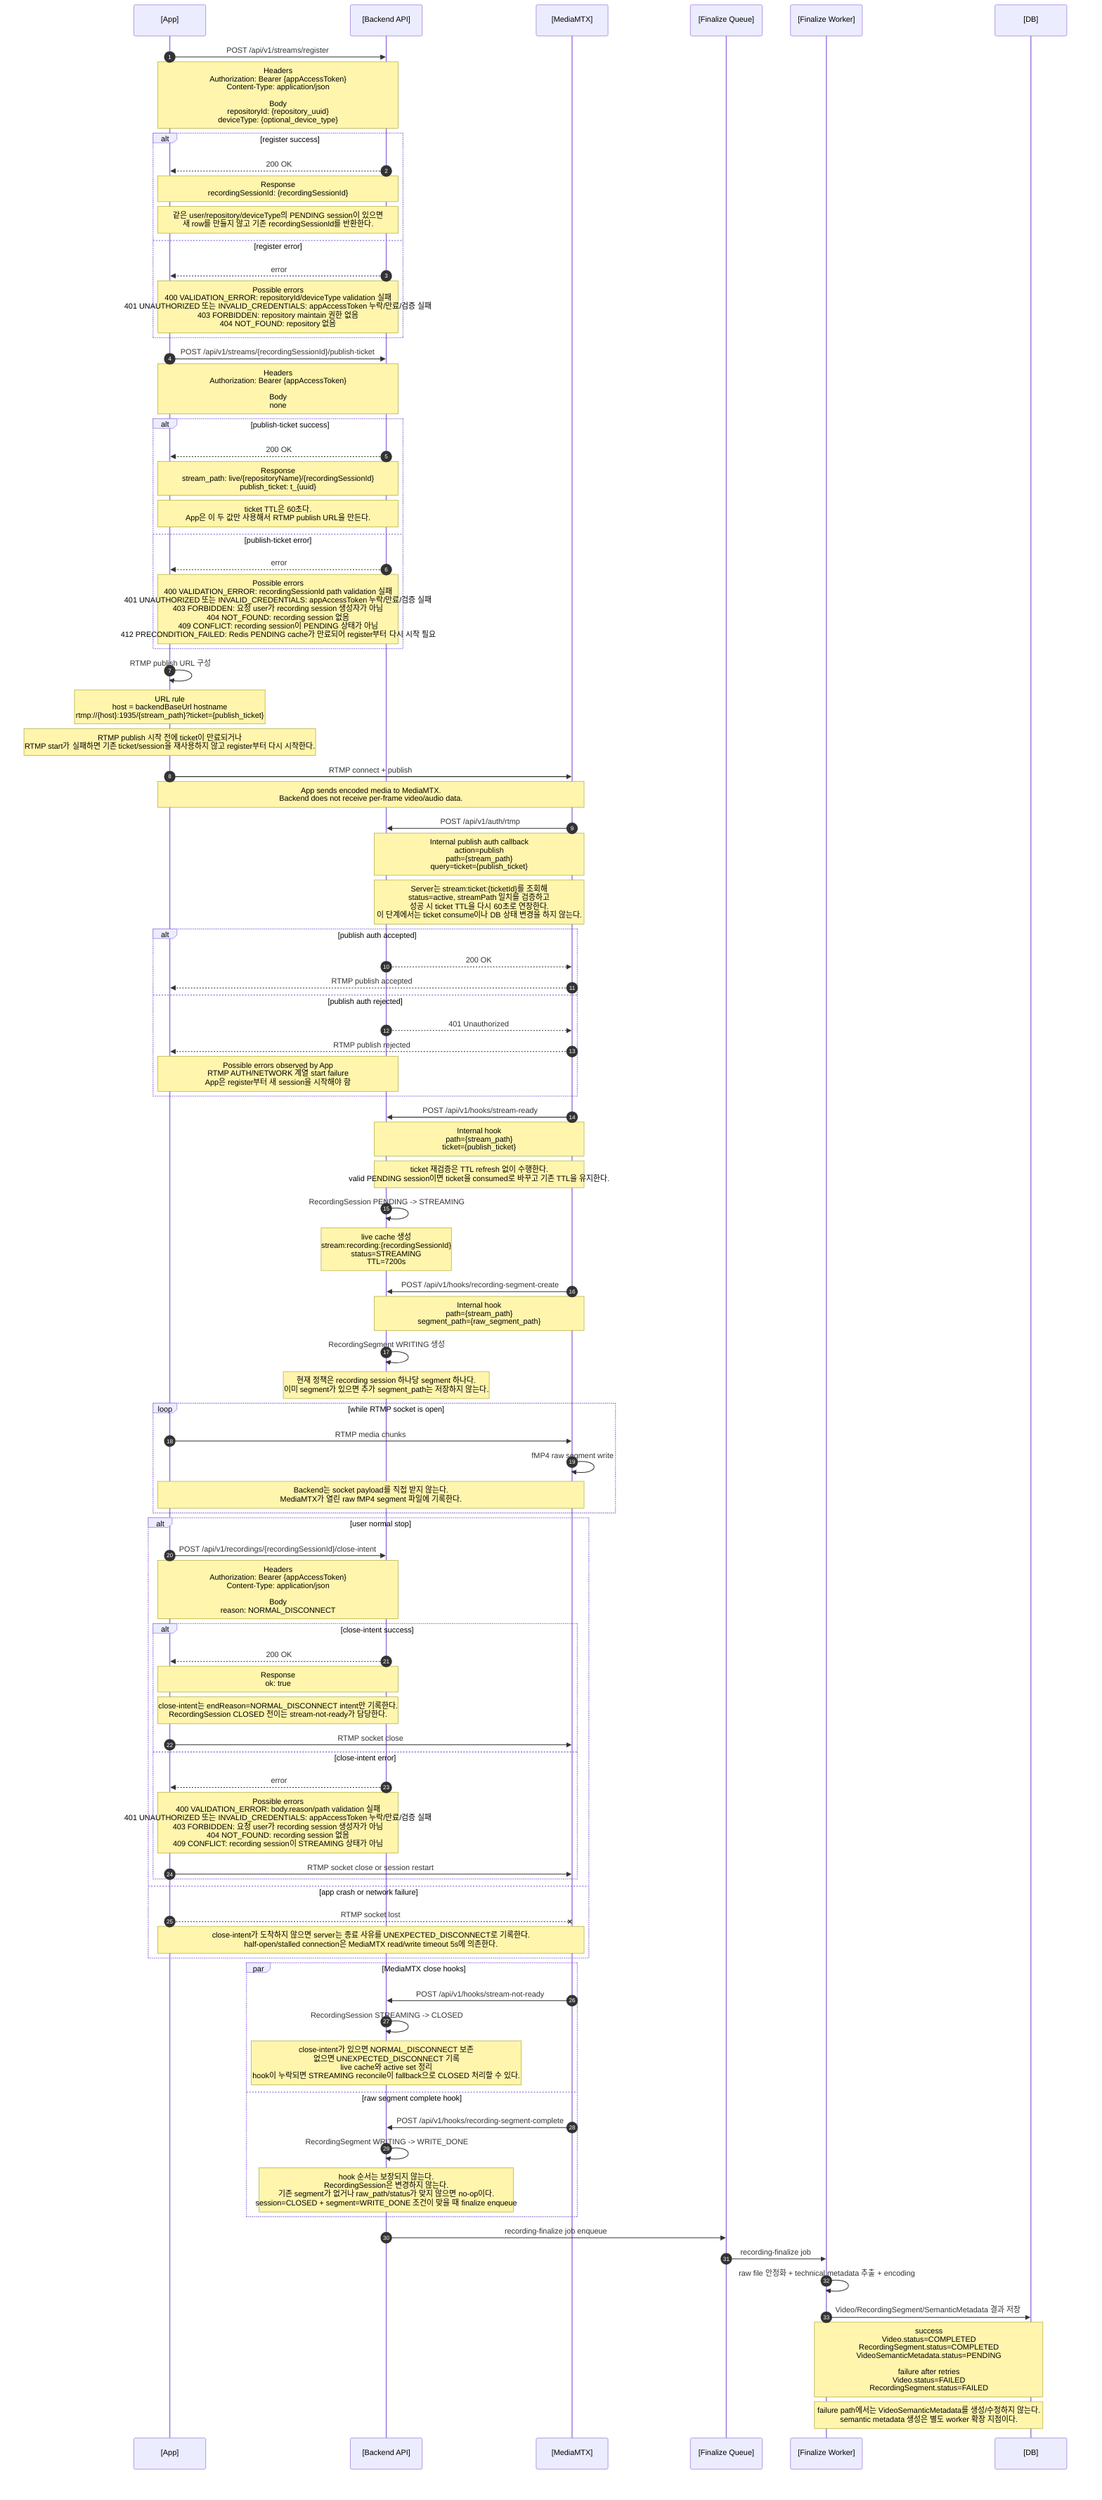
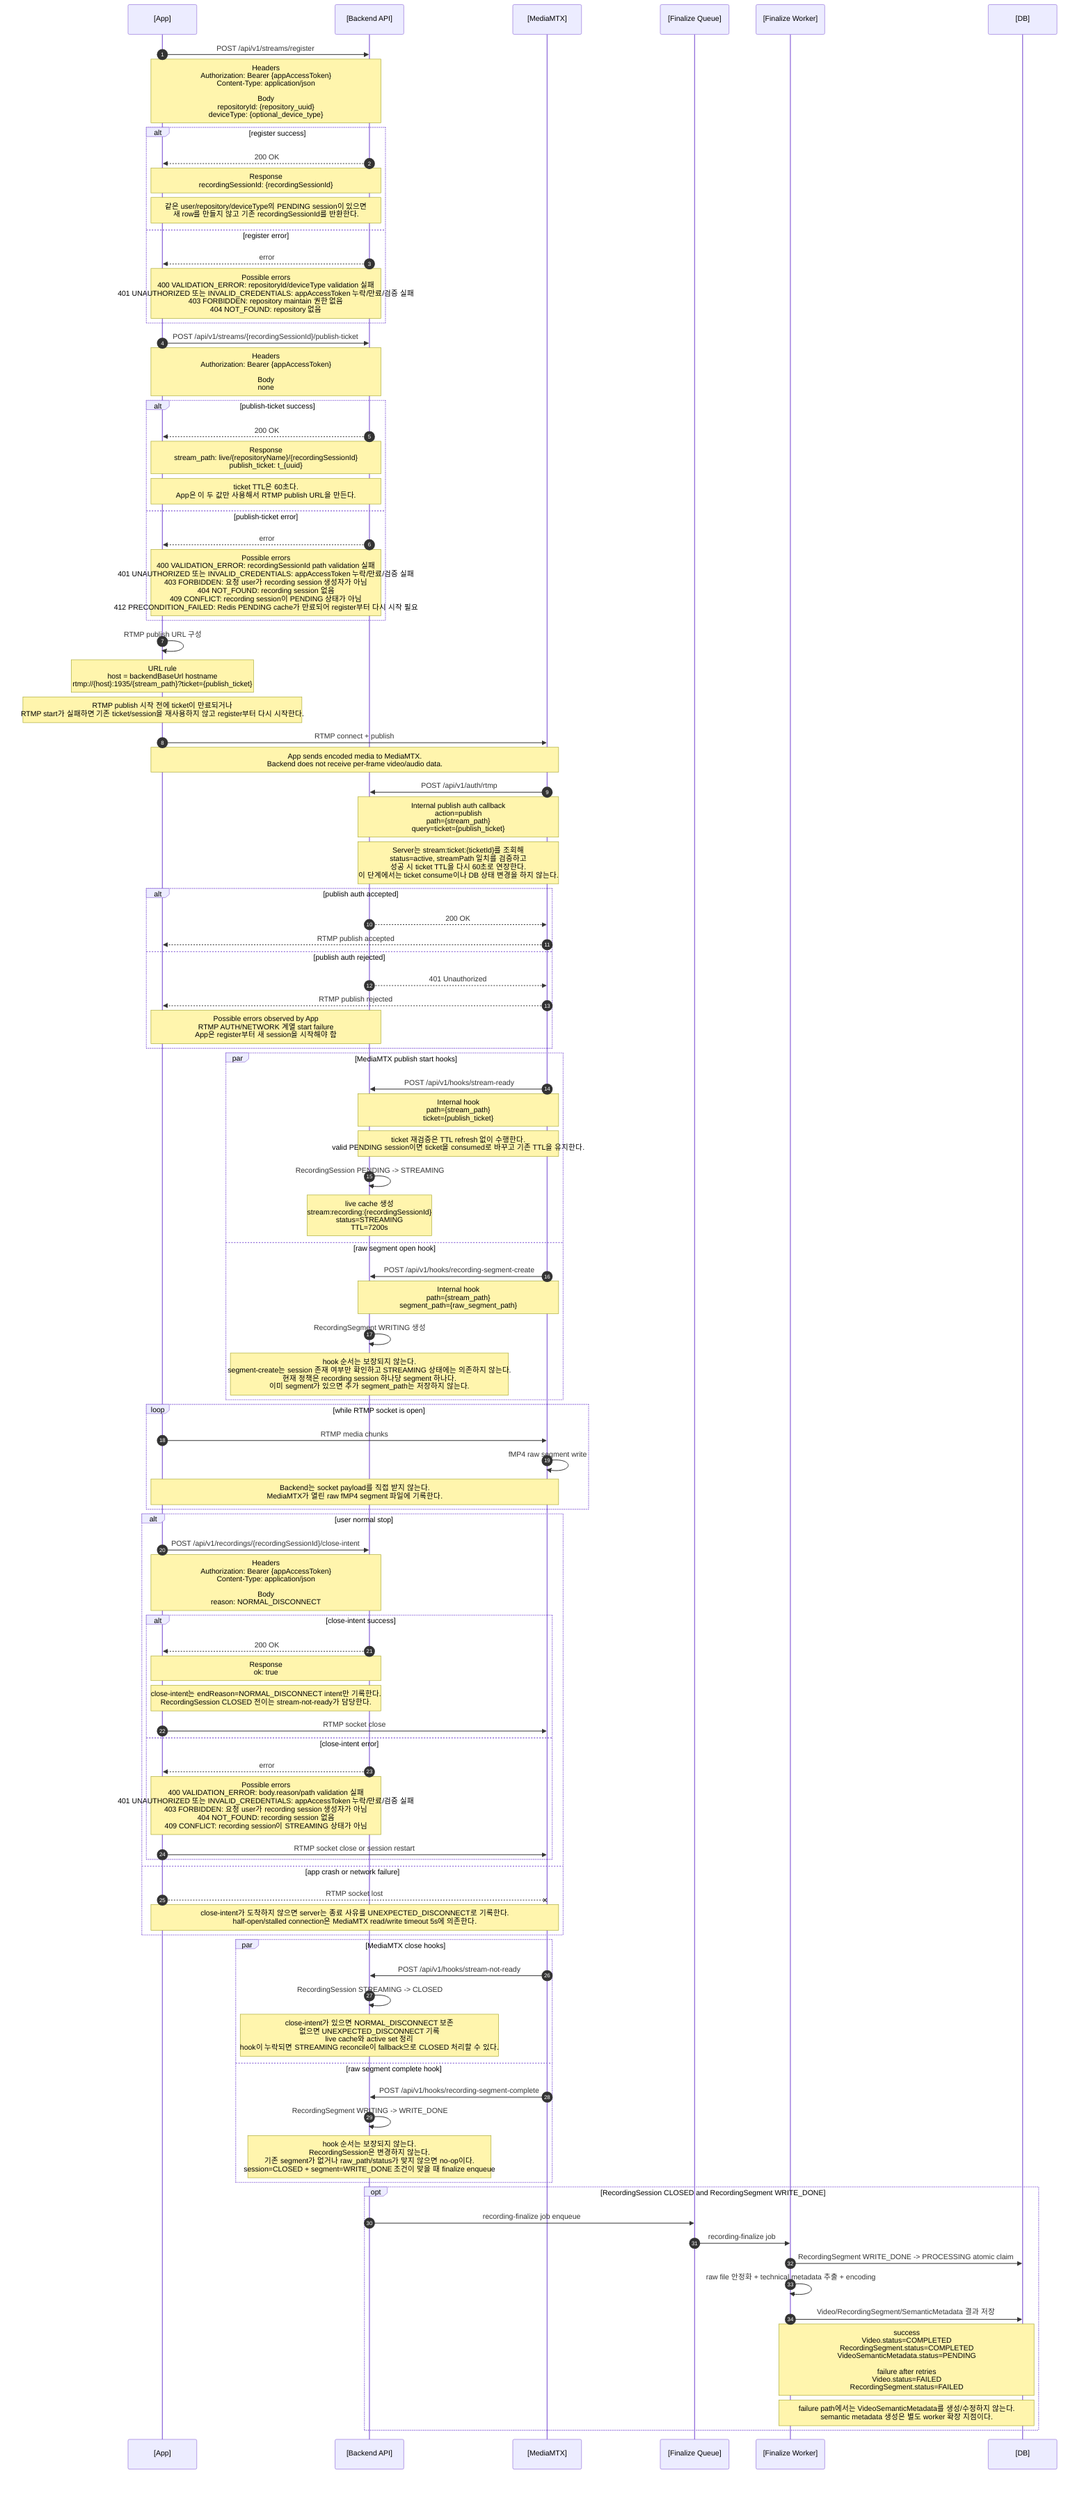
sequenceDiagram
  autonumber
  participant App as [App]
  participant Server as [Backend API]
  participant MTX as [MediaMTX]
  participant Queue as [Finalize Queue]
  participant Worker as [Finalize Worker]
  participant DB as [DB]

  App->>Server: POST /api/v1/streams/register
  Note over App,Server: Headers<br/>Authorization: Bearer {appAccessToken}<br/>Content-Type: application/json<br/><br/>Body<br/>repositoryId: {repository_uuid}<br/>deviceType: {optional_device_type}

  alt register success
    Server-->>App: 200 OK
    Note over App,Server: Response<br/>recordingSessionId: {recordingSessionId}
    Note over App,Server: 같은 user/repository/deviceType의 PENDING session이 있으면<br/>새 row를 만들지 않고 기존 recordingSessionId를 반환한다.
  else register error
    Server-->>App: error
    Note over App,Server: Possible errors<br/>400 VALIDATION_ERROR: repositoryId/deviceType validation 실패<br/>401 UNAUTHORIZED 또는 INVALID_CREDENTIALS: appAccessToken 누락/만료/검증 실패<br/>403 FORBIDDEN: repository maintain 권한 없음<br/>404 NOT_FOUND: repository 없음
  end

  App->>Server: POST /api/v1/streams/{recordingSessionId}/publish-ticket
  Note over App,Server: Headers<br/>Authorization: Bearer {appAccessToken}<br/><br/>Body<br/>none

  alt publish-ticket success
    Server-->>App: 200 OK
    Note over App,Server: Response<br/>stream_path: live/{repositoryName}/{recordingSessionId}<br/>publish_ticket: t_{uuid}
    Note over App,Server: ticket TTL은 60초다.<br/>App은 이 두 값만 사용해서 RTMP publish URL을 만든다.
  else publish-ticket error
    Server-->>App: error
    Note over App,Server: Possible errors<br/>400 VALIDATION_ERROR: recordingSessionId path validation 실패<br/>401 UNAUTHORIZED 또는 INVALID_CREDENTIALS: appAccessToken 누락/만료/검증 실패<br/>403 FORBIDDEN: 요청 user가 recording session 생성자가 아님<br/>404 NOT_FOUND: recording session 없음<br/>409 CONFLICT: recording session이 PENDING 상태가 아님<br/>412 PRECONDITION_FAILED: Redis PENDING cache가 만료되어 register부터 다시 시작 필요
  end

  App->>App: RTMP publish URL 구성
  Note over App: URL rule<br/>host = backendBaseUrl hostname<br/>rtmp://{host}:1935/{stream_path}?ticket={publish_ticket}
  Note over App: RTMP publish 시작 전에 ticket이 만료되거나<br/>RTMP start가 실패하면 기존 ticket/session을 재사용하지 않고 register부터 다시 시작한다.

  App->>MTX: RTMP connect + publish
  Note over App,MTX: App sends encoded media to MediaMTX.<br/>Backend does not receive per-frame video/audio data.

  MTX->>Server: POST /api/v1/auth/rtmp
  Note over MTX,Server: Internal publish auth callback<br/>action=publish<br/>path={stream_path}<br/>query=ticket={publish_ticket}
  Note over MTX,Server: Server는 stream:ticket:{ticketId}를 조회해<br/>status=active, streamPath 일치를 검증하고<br/>성공 시 ticket TTL을 다시 60초로 연장한다.<br/>이 단계에서는 ticket consume이나 DB 상태 변경을 하지 않는다.

  alt publish auth accepted
    Server-->>MTX: 200 OK
    MTX-->>App: RTMP publish accepted
  else publish auth rejected
    Server-->>MTX: 401 Unauthorized
    MTX-->>App: RTMP publish rejected
    Note over App,Server: Possible errors observed by App<br/>RTMP AUTH/NETWORK 계열 start failure<br/>App은 register부터 새 session을 시작해야 함
  end

-   MTX->>Server: POST /api/v1/hooks/stream-ready
-   Note over MTX,Server: Internal hook<br/>path={stream_path}<br/>ticket={publish_ticket}
-   Note over MTX,Server: ticket 재검증은 TTL refresh 없이 수행한다.<br/>valid PENDING session이면 ticket을 consumed로 바꾸고 기존 TTL을 유지한다.
-   Server->>Server: RecordingSession PENDING -> STREAMING
-   Note over Server: live cache 생성<br/>stream:recording:{recordingSessionId}<br/>status=STREAMING<br/>TTL=7200s
- 
-   MTX->>Server: POST /api/v1/hooks/recording-segment-create
-   Note over MTX,Server: Internal hook<br/>path={stream_path}<br/>segment_path={raw_segment_path}
-   Server->>Server: RecordingSegment WRITING 생성
-   Note over Server: 현재 정책은 recording session 하나당 segment 하나다.<br/>이미 segment가 있으면 추가 segment_path는 저장하지 않는다.
+   par MediaMTX publish start hooks
+     MTX->>Server: POST /api/v1/hooks/stream-ready
+     Note over MTX,Server: Internal hook<br/>path={stream_path}<br/>ticket={publish_ticket}
+     Note over MTX,Server: ticket 재검증은 TTL refresh 없이 수행한다.<br/>valid PENDING session이면 ticket을 consumed로 바꾸고 기존 TTL을 유지한다.
+     Server->>Server: RecordingSession PENDING -> STREAMING
+     Note over Server: live cache 생성<br/>stream:recording:{recordingSessionId}<br/>status=STREAMING<br/>TTL=7200s
+   and raw segment open hook
+     MTX->>Server: POST /api/v1/hooks/recording-segment-create
+     Note over MTX,Server: Internal hook<br/>path={stream_path}<br/>segment_path={raw_segment_path}
+     Server->>Server: RecordingSegment WRITING 생성
+     Note over Server: hook 순서는 보장되지 않는다.<br/>segment-create는 session 존재 여부만 확인하고 STREAMING 상태에는 의존하지 않는다.<br/>현재 정책은 recording session 하나당 segment 하나다.<br/>이미 segment가 있으면 추가 segment_path는 저장하지 않는다.
+   end

  loop while RTMP socket is open
    App->>MTX: RTMP media chunks
    MTX->>MTX: fMP4 raw segment write
    Note over App,MTX: Backend는 socket payload를 직접 받지 않는다.<br/>MediaMTX가 열린 raw fMP4 segment 파일에 기록한다.
  end

  alt user normal stop
    App->>Server: POST /api/v1/recordings/{recordingSessionId}/close-intent
    Note over App,Server: Headers<br/>Authorization: Bearer {appAccessToken}<br/>Content-Type: application/json<br/><br/>Body<br/>reason: NORMAL_DISCONNECT

    alt close-intent success
      Server-->>App: 200 OK
      Note over App,Server: Response<br/>ok: true
      Note over App,Server: close-intent는 endReason=NORMAL_DISCONNECT intent만 기록한다.<br/>RecordingSession CLOSED 전이는 stream-not-ready가 담당한다.
      App->>MTX: RTMP socket close
    else close-intent error
      Server-->>App: error
      Note over App,Server: Possible errors<br/>400 VALIDATION_ERROR: body.reason/path validation 실패<br/>401 UNAUTHORIZED 또는 INVALID_CREDENTIALS: appAccessToken 누락/만료/검증 실패<br/>403 FORBIDDEN: 요청 user가 recording session 생성자가 아님<br/>404 NOT_FOUND: recording session 없음<br/>409 CONFLICT: recording session이 STREAMING 상태가 아님
      App->>MTX: RTMP socket close or session restart
    end
  else app crash or network failure
    App--xMTX: RTMP socket lost
    Note over App,MTX: close-intent가 도착하지 않으면 server는 종료 사유를 UNEXPECTED_DISCONNECT로 기록한다.<br/>half-open/stalled connection은 MediaMTX read/write timeout 5s에 의존한다.
  end

  par MediaMTX close hooks
    MTX->>Server: POST /api/v1/hooks/stream-not-ready
    Server->>Server: RecordingSession STREAMING -> CLOSED
    Note over Server: close-intent가 있으면 NORMAL_DISCONNECT 보존<br/>없으면 UNEXPECTED_DISCONNECT 기록<br/>live cache와 active set 정리<br/>hook이 누락되면 STREAMING reconcile이 fallback으로 CLOSED 처리할 수 있다.
  and raw segment complete hook
    MTX->>Server: POST /api/v1/hooks/recording-segment-complete
    Server->>Server: RecordingSegment WRITING -> WRITE_DONE
    Note over Server: hook 순서는 보장되지 않는다.<br/>RecordingSession은 변경하지 않는다.<br/>기존 segment가 없거나 raw_path/status가 맞지 않으면 no-op이다.<br/>session=CLOSED + segment=WRITE_DONE 조건이 맞을 때 finalize enqueue
  end

-   Server->>Queue: recording-finalize job enqueue
-   Queue->>Worker: recording-finalize job
-   Worker->>Worker: raw file 안정화 + technical metadata 추출 + encoding
-   Worker->>DB: Video/RecordingSegment/SemanticMetadata 결과 저장
-   Note over Worker,DB: success<br/>Video.status=COMPLETED<br/>RecordingSegment.status=COMPLETED<br/>VideoSemanticMetadata.status=PENDING<br/><br/>failure after retries<br/>Video.status=FAILED<br/>RecordingSegment.status=FAILED
-   Note over Worker,DB: failure path에서는 VideoSemanticMetadata를 생성/수정하지 않는다.<br/>semantic metadata 생성은 별도 worker 확장 지점이다.
+   opt RecordingSession CLOSED and RecordingSegment WRITE_DONE
+     Server->>Queue: recording-finalize job enqueue
+     Queue->>Worker: recording-finalize job
+     Worker->>DB: RecordingSegment WRITE_DONE -> PROCESSING atomic claim
+     Worker->>Worker: raw file 안정화 + technical metadata 추출 + encoding
+     Worker->>DB: Video/RecordingSegment/SemanticMetadata 결과 저장
+     Note over Worker,DB: success<br/>Video.status=COMPLETED<br/>RecordingSegment.status=COMPLETED<br/>VideoSemanticMetadata.status=PENDING<br/><br/>failure after retries<br/>Video.status=FAILED<br/>RecordingSegment.status=FAILED
+     Note over Worker,DB: failure path에서는 VideoSemanticMetadata를 생성/수정하지 않는다.<br/>semantic metadata 생성은 별도 worker 확장 지점이다.
+   end

%% 참고:
%% 이 문서는 App과 server-side streaming system 사이의 계약을 한 장으로 요약한다.
%% MediaMTX와 Finalize Worker는 server-side component이며, App이 직접 호출하는 HTTP API는 아니다.
%% 공통 error body shape:
%% { "error": { "code": "{ERROR_CODE}", "message": "{human_readable_message}", "details": {optional_details} } }
%% HTTP status code는 AppError.statusCode 또는 validation/auth middleware에서 결정된다.
%% App 계약:
%% App이 직접 호출하는 streaming HTTP API는 register, publish-ticket, close-intent다.
%% MediaMTX auth callback, MediaMTX hooks, finalize worker는 server-side 내부 흐름이며 App이 직접 호출하지 않는다.
%% App은 publish-ticket 응답의 stream_path와 publish_ticket만 사용해 RTMP publish URL을 만든다.
%% publish_ticket TTL은 60초이며, RTMP publish auth 성공 시 TTL이 60초로 refresh된다.
%% stream-ready hook은 ticket을 consumed로 바꾸지만 TTL은 연장하지 않는다.
%% RTMP URL은 backendBaseUrl hostname, port 1935, returned stream_path, returned publish_ticket으로 구성한다.
%% RTMP auth/start 실패 또는 publish_ticket 만료가 의심되면 App은 기존 값들을 버리고 register부터 다시 시작한다.
%% App은 열린 RTMP publisher socket으로 encoded video/audio payload를 MediaMTX에 전송한다.
%% Backend는 per-frame video/audio data를 받지 않고 MediaMTX hook 이벤트와 worker job만 처리한다.
+ %% stream-ready hook과 recording-segment-create hook의 호출 순서는 보장되지 않는다.
%% App은 legacy POST /api/v1/recordings/{recordingSessionId}/stop API를 호출하지 않는다.
%% App의 stop 버튼은 RTMP publisher connection을 바로 닫기 전에
%% POST /api/v1/recordings/{recordingSessionId}/close-intent 를 호출해야 한다.
%% close-intent body는 { "reason": "NORMAL_DISCONNECT" } 만 보낸다.
%% close-intent 200 OK 이후 RTMP publisher connection을 정상 close한다.
%% close-intent는 RecordingSession.status를 바꾸지 않는 STREAMING self-loop이다.
%% close-intent가 실패했는데 App이 socket을 닫으면 해당 종료는 UNEXPECTED_DISCONNECT로 기록될 수 있다.
%% close-intent가 먼저 도착한 경우 stream-not-ready는 NORMAL_DISCONNECT를 보존한다.
%% close-intent 호출 실패 또는 app crash/network failure로 close-intent가 누락되면
%% Backend는 stream-not-ready/reconcile 시 UNEXPECTED_DISCONNECT로 기록한다.
%% half-open/stalled RTMP connection은 MediaMTX readTimeout/writeTimeout 5s 이후 종료로 감지될 수 있다.
%% MediaMTX stream-not-ready hook payload만으로 정상 close와 crash/reset/timeout을 정확히 구분하지 않는다.
%% App은 streaming 재시작 시 기존 recordingSessionId나 publish_ticket을 직접 재사용하지 않고 register부터 다시 호출한다.
%% register 이후 RTMP publish 전에 이탈했다면 같은 PENDING session이 재사용될 수 있다.
%% PENDING session이 재사용되더라도 이전 publish_ticket은 버리고 새 publish-ticket을 발급받아 사용한다.
%% RTMP publish 이후 STREAMING이 된 session은 재사용하지 않으며, 새 register는 새 PENDING session을 만든다.
%% App은 단일 streaming session의 최장 길이를 30분으로 제한한다. 이 제한은 backend가 강제하지 않는 app contract다.
%% 현재 구조에서는 App이 단일 recording session을 짧게 유지하는 전제이므로 정상 흐름의 segment rollover는 App 계약에서 다루지 않는다.
%% Backend도 recording session 하나당 RecordingSegment 하나만 저장한다.
+ %% finalize enqueue는 RecordingSession.status=CLOSED이고 RecordingSegment.status=WRITE_DONE일 때만 발생한다.
%% Video.status=COMPLETED는 playable artifact 생성 완료를 의미한다.
%% semantic metadata는 별도 video_semantic_metadata row에서 PENDING으로 시작하며 App streaming flow의 완료 조건이 아니다.
%% 상세 register 흐름은 .mermaid/1.register.mmd를 참고한다.
%% 상세 publish-ticket 흐름은 .mermaid/2.publish-ticket.mmd를 참고한다.
%% 상세 RTMP publish 인증 및 stream-ready 흐름은 .mermaid/3.rtmp-publish.mmd를 참고한다.
%% 상세 RTMP media 전송, hook race, finalize retry 흐름은 .mermaid/4.rtmp-stream.mmd를 참고한다.
%% 상세 video processing 및 semantic metadata 확장 지점은 .mermaid/5.video-processing.mmd를 참고한다.
%% RTMP connection closure 정책은 .mermaid/rtmp-connection-closure.mmd를 참고한다.
